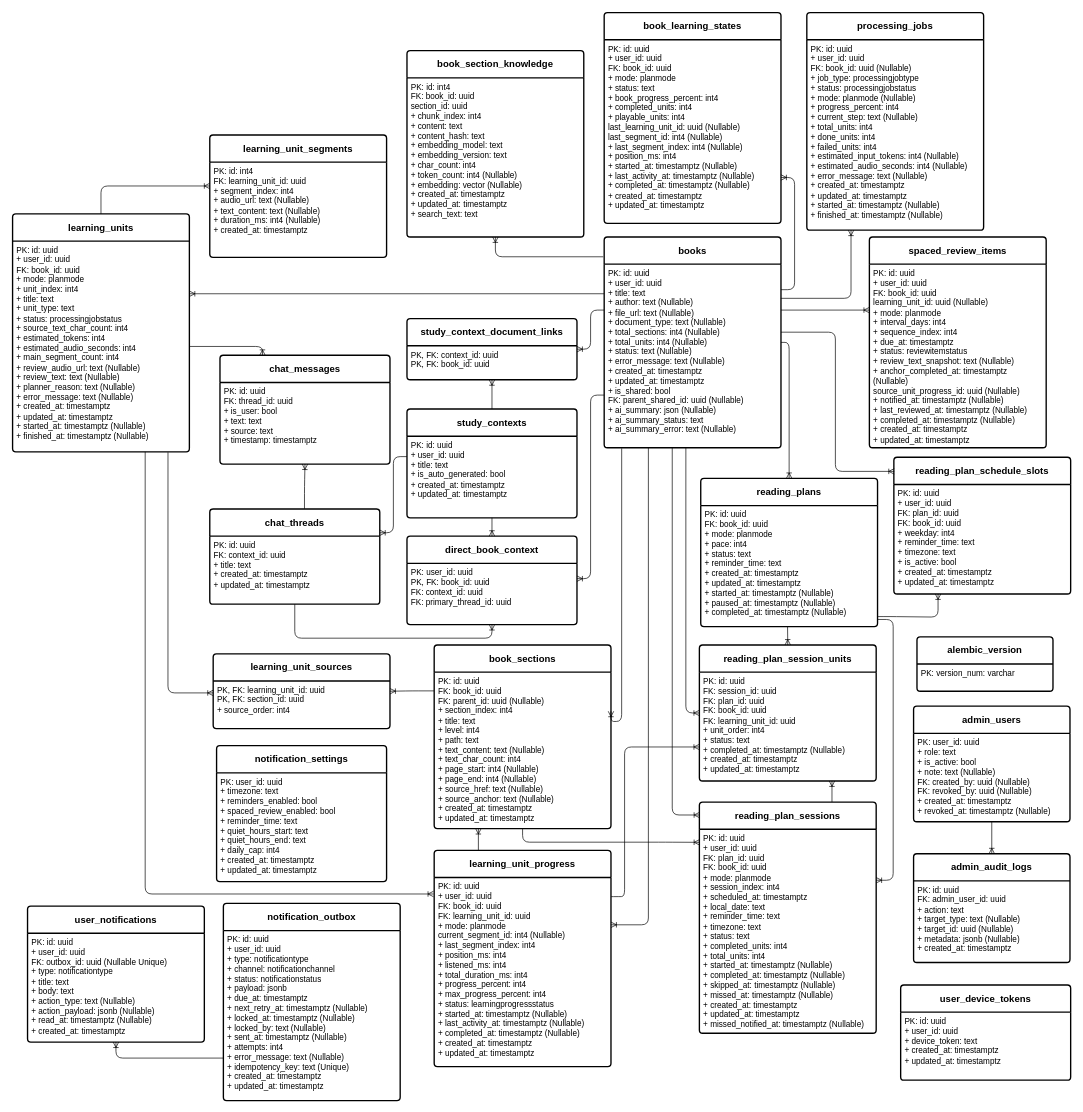
This is _docs_capstone/_dia/db/Database v1.drawio from KhoaSinno/triam-backend, a draw.io file, before an edit. Source tidied: cells renumbered, new cells numbered last; positions are measured from the earlier drawing's top-left corner, leaving out a move shared by most shapes. Both pictures are drawn from the tidied source at 68%, with x=0, y=0 at pixel (12, 12).
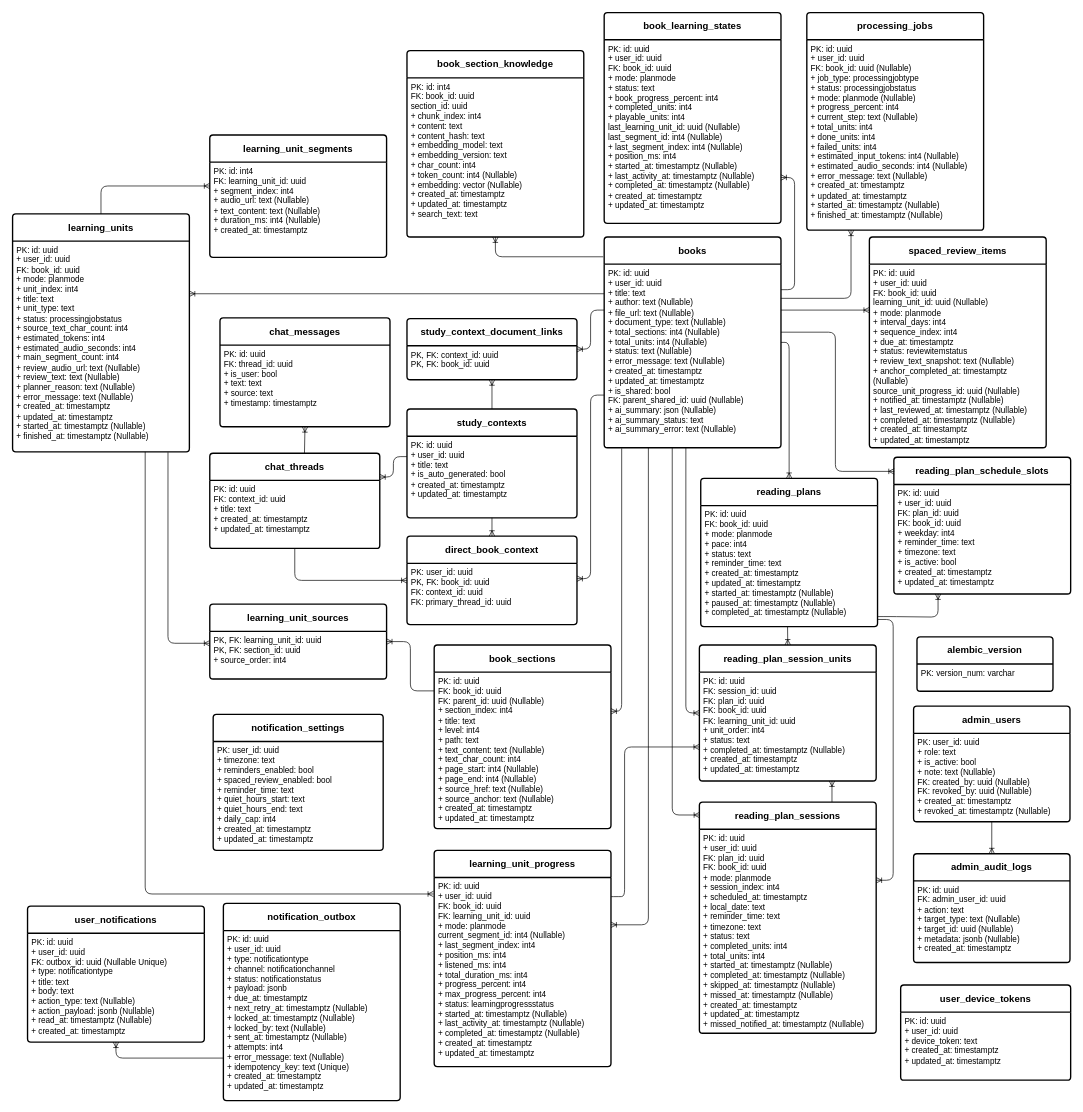
Above is the later version.

Commit message:
capstone: update dia

Unchanged cells that the change refers to:
```xml
<mxCell id="5" value="PK: id: uuid&#10;+ user_id: uuid&#10;FK: book_id: uuid&#10;+ mode: planmode&#10;+ unit_index: int4&#10;+ title: text&#10;+ unit_type: text&#10;+ status: processingjobstatus&#10;+ source_text_char_count: int4&#10;+ estimated_tokens: int4&#10;+ estimated_audio_seconds: int4&#10;+ main_segment_count: int4&#10;+ review_audio_url: text (Nullable)&#10;+ review_text: text (Nullable)&#10;+ planner_reason: text (Nullable)&#10;+ error_message: text (Nullable)&#10;+ created_at: timestamptz&#10;+ updated_at: timestamptz&#10;+ started_at: timestamptz (Nullable)&#10;+ finished_at: timestamptz (Nullable)" style="align=left;strokeColor=none;fillColor=none;spacingLeft=4;spacingRight=4;fontSize=12;verticalAlign=top;html=1;whiteSpace=wrap;" parent="4" vertex="1">
  <mxGeometry y="40" width="260" height="310" as="geometry" />
</mxCell>
<mxCell id="22" value="direct_book_context" style="swimlane;horizontal=1;startSize=40;rounded=1;fontSize=14;fontStyle=1;strokeWidth=2;shadow=0;dashed=0;align=center;arcSize=4;whiteSpace=wrap;html=1;" parent="1" vertex="1">
  <mxGeometry x="580" y="770" width="250" height="130" as="geometry" />
</mxCell>
<mxCell id="25" value="PK: id: uuid&#10;FK: context_id: uuid&#10;+ title: text&#10;+ created_at: timestamptz&#10;+ updated_at: timestamptz" style="align=left;strokeColor=none;fillColor=none;spacingLeft=4;spacingRight=4;fontSize=12;verticalAlign=top;html=1;whiteSpace=wrap;" parent="24" vertex="1">
  <mxGeometry y="40" width="250" height="100" as="geometry" />
</mxCell>
<mxCell id="72" value="PK: id: uuid&#10;+ user_id: uuid&#10;+ title: text&#10;+ author: text (Nullable)&#10;+ file_url: text (Nullable)&#10;+ document_type: text (Nullable)&#10;+ total_sections: int4 (Nullable)&#10;+ total_units: int4 (Nullable)&#10;+ status: text (Nullable)&#10;+ error_message: text (Nullable)&#10;+ created_at: timestamptz&#10;+ updated_at: timestamptz&#10;+ is_shared: bool&#10;FK: parent_shared_id: uuid (Nullable)&#10;+ ai_summary: json (Nullable)&#10;+ ai_summary_status: text&#10;+ ai_summary_error: text (Nullable)" style="align=left;strokeColor=none;fillColor=none;spacingLeft=4;spacingRight=4;fontSize=12;verticalAlign=top;html=1;whiteSpace=wrap;" parent="71" vertex="1">
  <mxGeometry y="40" width="260" height="270" as="geometry" />
</mxCell>
<mxCell id="77" value="learning_unit_progress" style="swimlane;horizontal=1;startSize=40;rounded=1;fontSize=14;fontStyle=1;strokeWidth=2;shadow=0;dashed=0;align=center;arcSize=4;whiteSpace=wrap;html=1;" parent="1" vertex="1">
  <mxGeometry x="620" y="1232" width="260" height="318" as="geometry" />
</mxCell>
<mxCell id="81" value="PK: id: uuid&#10;+ user_id: uuid&#10;FK: plan_id: uuid&#10;FK: book_id: uuid&#10;+ mode: planmode&#10;+ session_index: int4&#10;+ scheduled_at: timestamptz&#10;+ local_date: text&#10;+ reminder_time: text&#10;+ timezone: text&#10;+ status: text&#10;+ completed_units: int4&#10;+ total_units: int4&#10;+ started_at: timestamptz (Nullable)&#10;+ completed_at: timestamptz (Nullable)&#10;+ skipped_at: timestamptz (Nullable)&#10;+ missed_at: timestamptz (Nullable)&#10;+ created_at: timestamptz&#10;+ updated_at: timestamptz&#10;+ missed_notified_at: timestamptz (Nullable)" style="align=left;strokeColor=none;fillColor=none;spacingLeft=4;spacingRight=4;fontSize=12;verticalAlign=top;html=1;whiteSpace=wrap;" parent="80" vertex="1">
  <mxGeometry y="40" width="260" height="300" as="geometry" />
</mxCell>
<mxCell id="83" value="book_sections" style="swimlane;horizontal=1;startSize=40;rounded=1;fontSize=14;fontStyle=1;strokeWidth=2;shadow=0;dashed=0;align=center;arcSize=4;whiteSpace=wrap;html=1;" parent="1" vertex="1">
  <mxGeometry x="620" y="930" width="260" height="270" as="geometry" />
</mxCell>
<mxCell id="84" value="PK: id: uuid&#10;FK: book_id: uuid&#10;FK: parent_id: uuid (Nullable)&#10;+ section_index: int4&#10;+ title: text&#10;+ level: int4&#10;+ path: text&#10;+ text_content: text (Nullable)&#10;+ text_char_count: int4&#10;+ page_start: int4 (Nullable)&#10;+ page_end: int4 (Nullable)&#10;+ source_href: text (Nullable)&#10;+ source_anchor: text (Nullable)&#10;+ created_at: timestamptz&#10;+ updated_at: timestamptz" style="align=left;strokeColor=none;fillColor=none;spacingLeft=4;spacingRight=4;fontSize=12;verticalAlign=top;html=1;whiteSpace=wrap;" parent="83" vertex="1">
  <mxGeometry y="40" width="260" height="230" as="geometry" />
</mxCell>
```

Change to the diagram source:
```diff
@@
     <mxCell id="6" value="learning_unit_sources" style="swimlane;horizontal=1;startSize=40;rounded=1;fontSize=14;fontStyle=1;strokeWidth=2;shadow=0;dashed=0;align=center;arcSize=4;whiteSpace=wrap;html=1;" parent="1" vertex="1">
-      <mxGeometry x="295" y="943" width="260" height="110" as="geometry" />
+      <mxGeometry x="290" y="870" width="260" height="110" as="geometry" />
     </mxCell>
@@
     <mxCell id="24" value="chat_threads" style="swimlane;horizontal=1;startSize=40;rounded=1;fontSize=14;fontStyle=1;strokeWidth=2;shadow=0;dashed=0;align=center;arcSize=4;whiteSpace=wrap;html=1;" parent="1" vertex="1">
-      <mxGeometry x="290" y="730" width="250" height="140" as="geometry" />
+      <mxGeometry x="290" y="648" width="250" height="140" as="geometry" />
     </mxCell>
@@
     <mxCell id="30" value="notification_settings" style="swimlane;horizontal=1;startSize=40;rounded=1;fontSize=14;fontStyle=1;strokeWidth=2;shadow=0;dashed=0;align=center;arcSize=4;whiteSpace=wrap;html=1;" parent="1" vertex="1">
-      <mxGeometry x="300" y="1078" width="250" height="200" as="geometry" />
+      <mxGeometry x="295" y="1032" width="250" height="200" as="geometry" />
     </mxCell>
@@
     <mxCell id="44" style="edgeStyle=orthogonalEdgeStyle;rounded=1;jettySize=auto;html=1;endArrow=ERoneToMany;startArrow=none;fontSize=12;exitX=0.099;exitY=1.003;exitDx=0;exitDy=0;entryX=1;entryY=0.25;entryDx=0;entryDy=0;exitPerimeter=0;" parent="1" edge="1" source="72" target="84">
       <mxGeometry relative="1" as="geometry">
         <Array as="points">
-          <mxPoint x="895.7" y="1042.5" />
+          <mxPoint x="895.7" y="1027.5" />
         </Array>
       </mxGeometry>
     </mxCell>
@@
-    <mxCell id="50" style="edgeStyle=orthogonalEdgeStyle;rounded=1;jettySize=auto;html=1;endArrow=ERoneToMany;startArrow=none;fontSize=12;exitX=0.5;exitY=1;exitDx=0;exitDy=0;entryX=0.5;entryY=1.0;entryDx=0;entryDy=0;" parent="1" edge="1" source="25" target="22">
+    <mxCell id="50" style="edgeStyle=orthogonalEdgeStyle;rounded=1;jettySize=auto;html=1;endArrow=ERoneToMany;startArrow=none;fontSize=12;exitX=0.5;exitY=1;exitDx=0;exitDy=0;entryX=0;entryY=0.5;entryDx=0;entryDy=0;" parent="1" edge="1" source="25" target="22">
       <mxGeometry relative="1" as="geometry" />
     </mxCell>
@@
-    <mxCell id="73" style="edgeStyle=orthogonalEdgeStyle;rounded=1;jettySize=auto;html=1;endArrow=ERoneToMany;startArrow=none;fontSize=12;exitX=1;exitY=0.5;exitDx=0;exitDy=0;entryX=0.25;entryY=0;entryDx=0;entryDy=0;" parent="1" edge="1" source="5" target="74">
-      <mxGeometry relative="1" as="geometry">
-        <Array as="points">
-          <mxPoint x="367.5" y="491" />
-        </Array>
-      </mxGeometry>
-    </mxCell>
     <mxCell id="74" value="chat_messages" style="swimlane;horizontal=1;startSize=40;rounded=1;fontSize=14;fontStyle=1;strokeWidth=2;shadow=0;dashed=0;align=center;arcSize=4;whiteSpace=wrap;html=1;" parent="1" vertex="1">
-      <mxGeometry x="305" y="504" width="250" height="160" as="geometry" />
+      <mxGeometry x="305" y="449" width="250" height="160" as="geometry" />
     </mxCell>
@@
-    <mxCell id="79" style="edgeStyle=orthogonalEdgeStyle;rounded=1;jettySize=auto;html=1;endArrow=ERoneToMany;startArrow=none;fontSize=12;exitX=0.5;exitY=1.0;exitDx=0;exitDy=0;entryX=0.001;entryY=0.064;entryDx=0;entryDy=0;entryPerimeter=0;" parent="1" edge="1" source="83" target="81">
-      <mxGeometry relative="1" as="geometry">
-        <Array as="points">
-          <mxPoint x="750" y="1220" />
-          <mxPoint x="960" y="1220" />
-        </Array>
-      </mxGeometry>
-    </mxCell>
@@
-    <mxCell id="82" style="edgeStyle=orthogonalEdgeStyle;rounded=1;jettySize=auto;html=1;endArrow=ERoneToMany;startArrow=none;fontSize=12;exitX=0.25;exitY=0;exitDx=0;exitDy=0;entryX=0.25;entryY=1;entryDx=0;entryDy=0;" parent="1" edge="1" source="77" target="84">
-      <mxGeometry relative="1" as="geometry" />
-    </mxCell>
```
